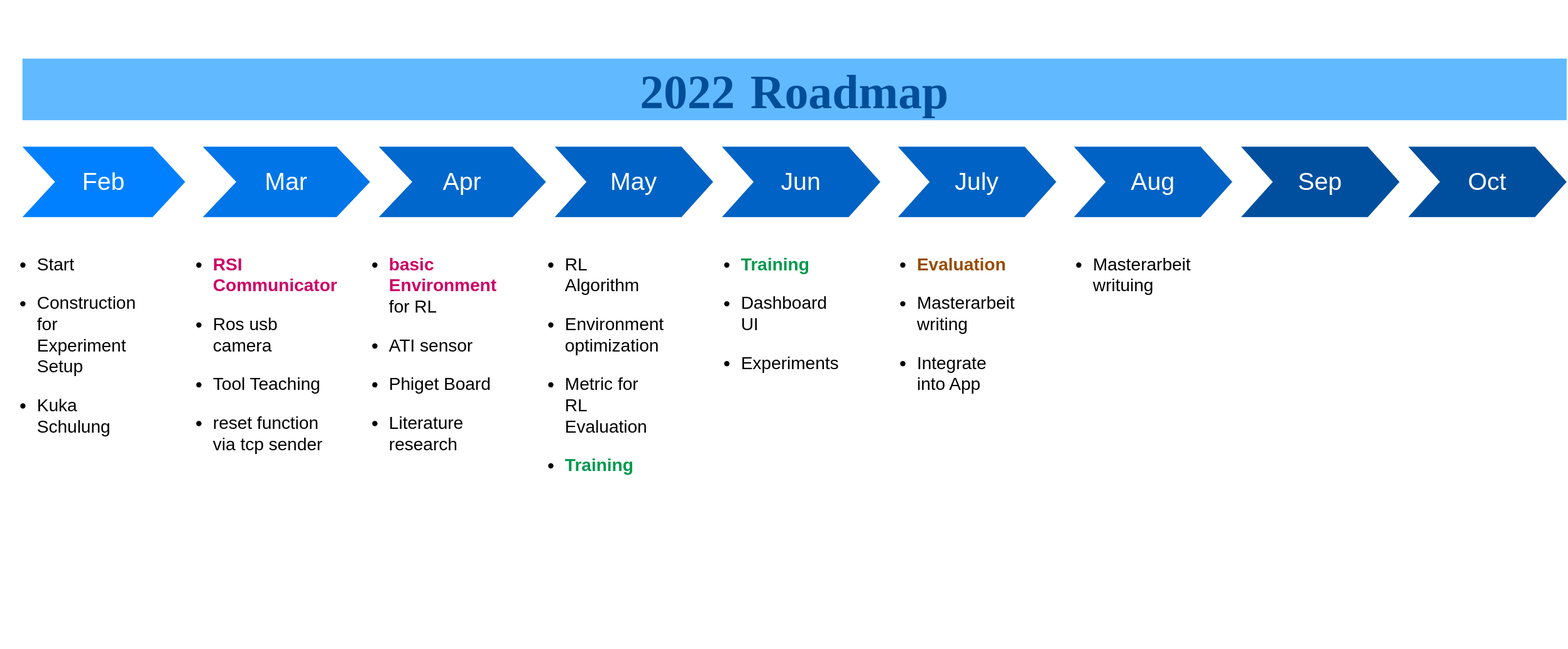
This is Roadmap.svg from TONiiV/flowcharts, a draw.io export, as it was before one commit. Source tidied: cells renumbered, new cells last; positions are measured from the earlier drawing's top-left corner, leaving out a move shared by most shapes.
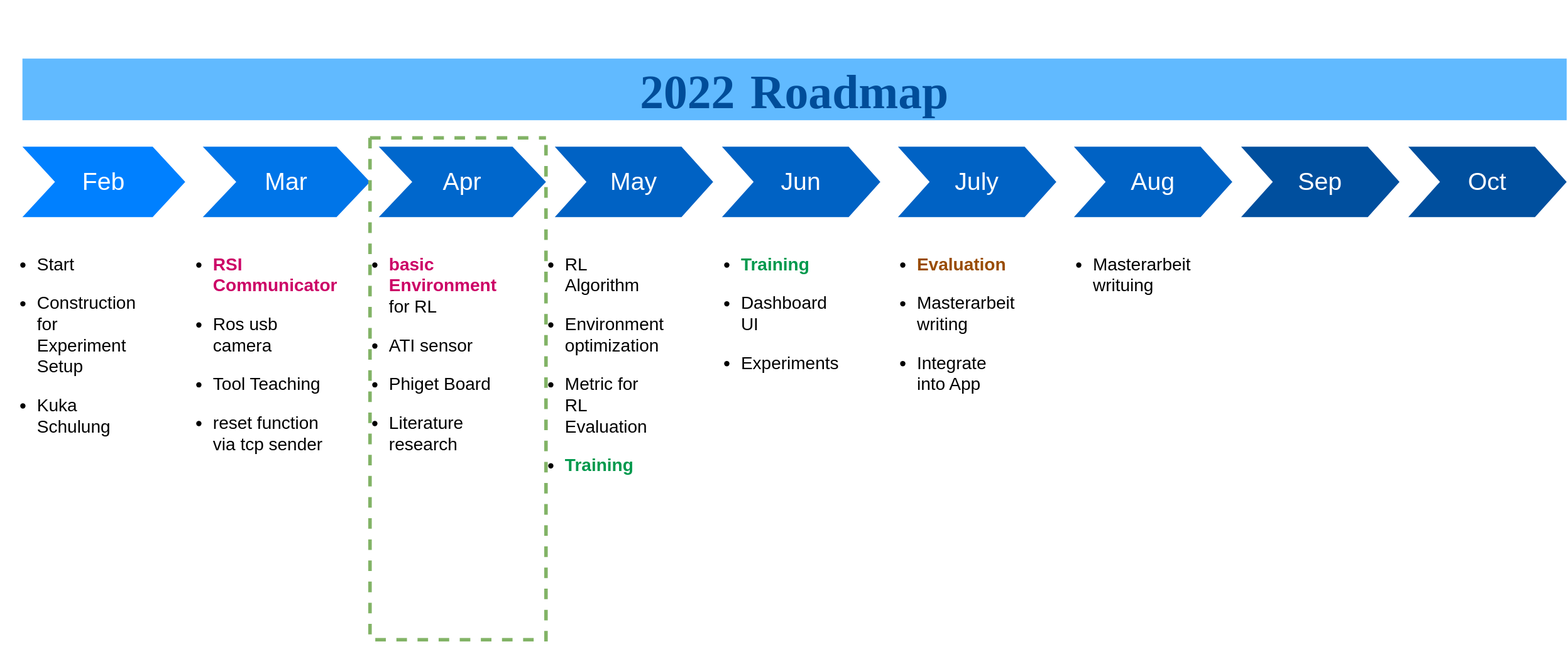
The same file after the commit.

What changed in the source:
```diff
@@ -53,5 +53,8 @@
     <mxCell id="18" value="Oct" style="shape=step;whiteSpace=wrap;html=1;fontSize=28;fillColor=#004F9E;fontColor=#FFFFFF;strokeColor=none;" parent="1" vertex="1">
       <mxGeometry x="1600" y="100" width="180" height="80" as="geometry" />
     </mxCell>
+    <mxCell id="19" style="swimlane;startSize=0;fillColor=#D5E8D4;strokeWidth=4;dashed=1;strokeColor=#82b366;" parent="1" vertex="1">
+      <mxGeometry x="420" y="90" width="200" height="570" as="geometry" />
+    </mxCell>
   </root>
 </mxGraphModel>
```
